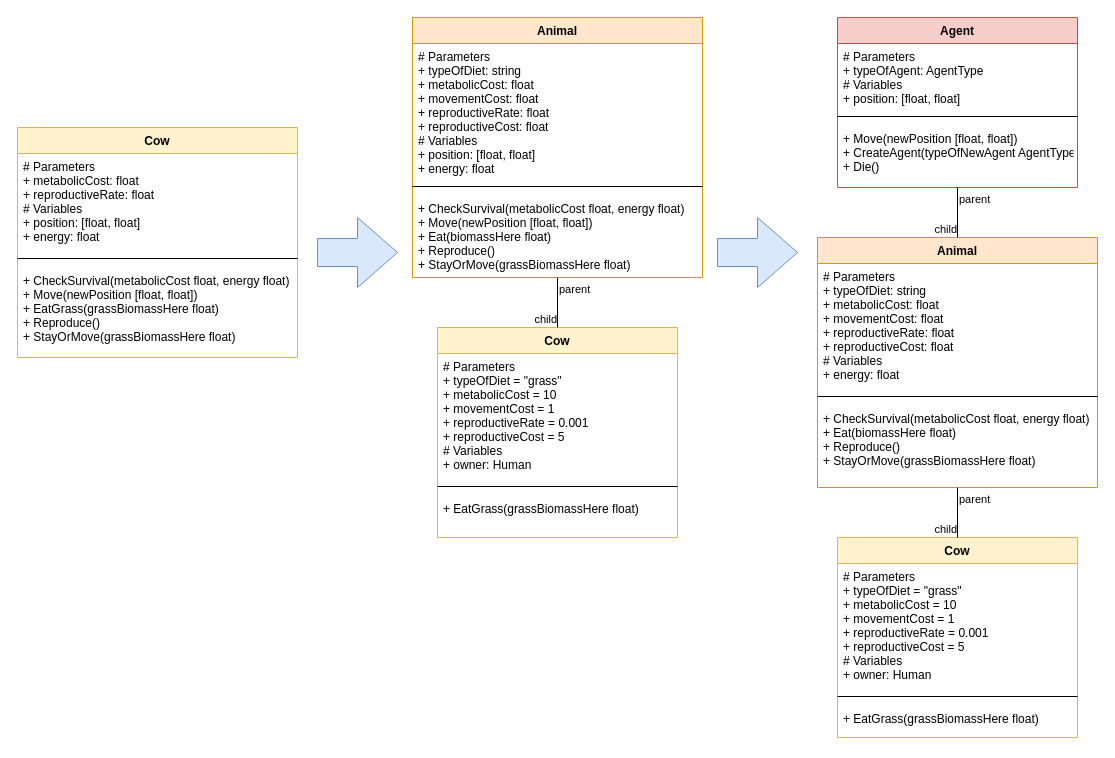
Before: diagrams/Untitled Diagram.drawio in Andros-Spica/abm-templates, a draw.io diagram. Source tidied: cells renumbered, new cells numbered last; positions are measured from the earlier drawing's top-left corner, leaving out a move shared by most shapes. Both pictures are drawn from the tidied source at 100%, with x=0, y=0 at pixel (17, 17).
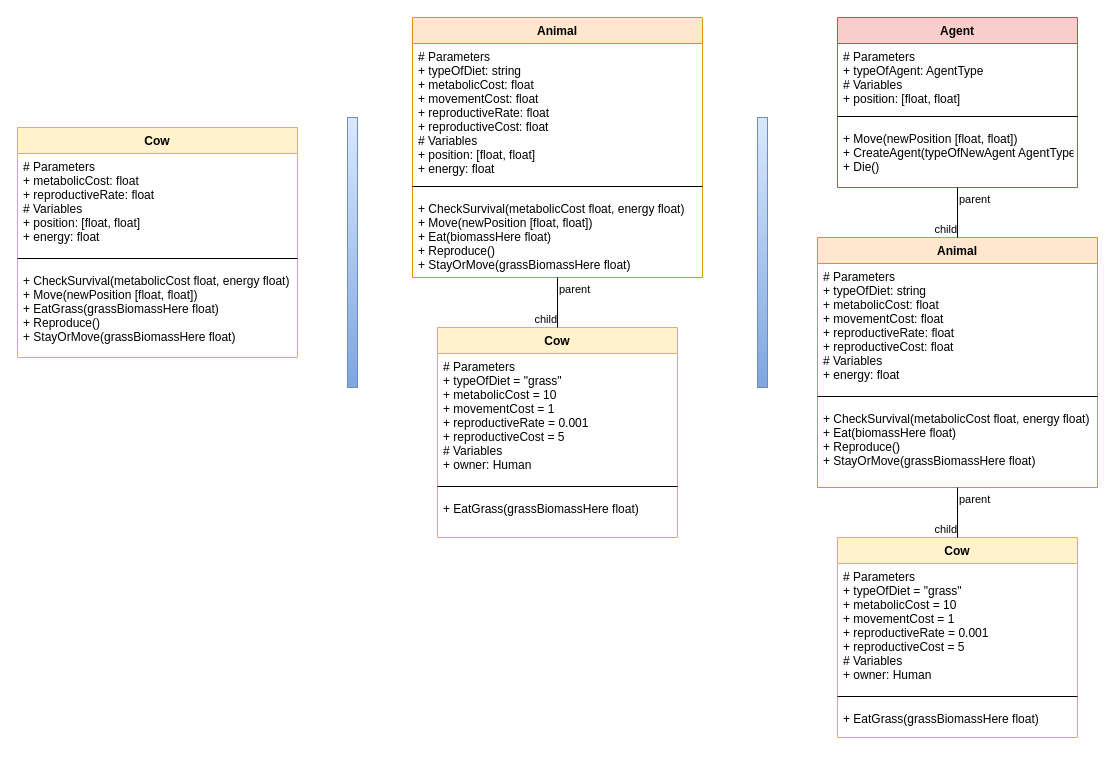
After the change.

The edit, as a diff of the source:
```diff
@@
-    <mxCell id="17" style="html=1;shadow=0;dashed=0;align=center;verticalAlign=middle;shape=mxgraph.arrows2.arrow;dy=0.6;dx=40;notch=0;fillColor=#dae8fc;strokeColor=#6c8ebf;" parent="1" vertex="1">
-      <mxGeometry x="300" y="200" width="80" height="70" as="geometry" />
-    </mxCell>
-    <mxCell id="18" style="html=1;shadow=0;dashed=0;align=center;verticalAlign=middle;shape=mxgraph.arrows2.arrow;dy=0.6;dx=40;notch=0;fillColor=#dae8fc;strokeColor=#6c8ebf;" parent="1" vertex="1">
-      <mxGeometry x="700" y="200" width="80" height="70" as="geometry" />
-    </mxCell>
@@
+    <mxCell id="37" style="html=1;perimeter=orthogonalPerimeter;gradientColor=#7ea6e0;fillColor=#dae8fc;strokeColor=#6c8ebf;" parent="1" vertex="1">
+      <mxGeometry x="330" y="100" width="10" height="270" as="geometry" />
+    </mxCell>
+    <mxCell id="38" style="html=1;perimeter=orthogonalPerimeter;gradientColor=#7ea6e0;fillColor=#dae8fc;strokeColor=#6c8ebf;" parent="1" vertex="1">
+      <mxGeometry x="740" y="100" width="10" height="270" as="geometry" />
+    </mxCell>
```
